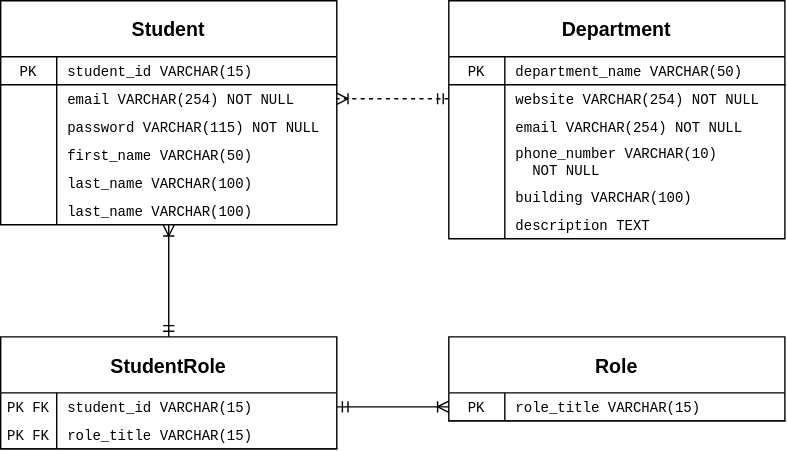
The draw.io diagram assignments/hw9/diagram1.svg in hanggrian/IIT-ITM515, before a commit. Source tidied: cells renumbered, new cells last; positions are measured from the earlier drawing's top-left corner, leaving out a move shared by most shapes. The source it was exported from:
```xml
<mxGraphModel>
  <root>
    <mxCell id="0" />
    <mxCell id="1" parent="0" />
    <mxCell id="2" value="Role" style="shape=table;startSize=40;rowLines=0;fontStyle=1;align=center;fontSize=14;swimlaneFillColor=none;fontFamily=Helvetica;" parent="1" vertex="1">
      <mxGeometry x="320" y="240" width="240" height="60" as="geometry" />
    </mxCell>
    <mxCell id="3" style="shape=partialRectangle;fillColor=none;points=[[0,0.5],[1,0.5]];portConstraint=eastwest;top=0;left=0;right=0;bottom=1;fontSize=10;fontFamily=Courier New;" parent="2" vertex="1">
      <mxGeometry y="40" width="240" height="20" as="geometry" />
    </mxCell>
    <mxCell id="4" value="PK" style="shape=partialRectangle;overflow=hidden;fillColor=none;top=0;left=0;bottom=0;right=0;fontStyle=0;fontSize=10;fontFamily=Courier New;" parent="3" vertex="1">
      <mxGeometry width="40" height="20" as="geometry" />
    </mxCell>
    <mxCell id="5" value="role_title VARCHAR(15)" style="shape=partialRectangle;overflow=hidden;fillColor=none;top=0;left=0;bottom=0;right=0;align=left;spacingLeft=6;fontStyle=0;fontSize=10;fontFamily=Courier New;" parent="3" vertex="1">
      <mxGeometry x="40" width="200" height="20" as="geometry" />
    </mxCell>
    <mxCell id="6" value="Student" style="shape=table;startSize=40;rowLines=0;fontStyle=1;align=center;fontSize=14;swimlaneFillColor=none;fontFamily=Helvetica;" parent="1" vertex="1">
      <mxGeometry width="240" height="160" as="geometry" />
    </mxCell>
    <mxCell id="7" style="shape=partialRectangle;fillColor=none;top=0;left=0;right=0;bottom=1;fontSize=10;fontFamily=Courier New;" parent="6" vertex="1">
      <mxGeometry y="40" width="240" height="20" as="geometry" />
    </mxCell>
    <mxCell id="8" value="PK" style="shape=partialRectangle;overflow=hidden;fillColor=none;top=0;left=0;bottom=0;right=0;fontStyle=0;fontSize=10;fontFamily=Courier New;" parent="7" vertex="1">
      <mxGeometry width="40" height="20" as="geometry" />
    </mxCell>
    <mxCell id="9" value="student_id VARCHAR(15)" style="shape=partialRectangle;overflow=hidden;fillColor=none;top=0;left=0;bottom=0;right=0;align=left;spacingLeft=6;fontStyle=0;fontSize=10;fontFamily=Courier New;" parent="7" vertex="1">
      <mxGeometry x="40" width="200" height="20" as="geometry" />
    </mxCell>
    <mxCell id="10" style="shape=partialRectangle;fillColor=none;points=[[0,0.5],[1,0.5]];portConstraint=eastwest;top=0;left=0;right=0;bottom=0;fontSize=10;fontFamily=Courier New;" parent="6" vertex="1">
      <mxGeometry y="60" width="240" height="20" as="geometry" />
    </mxCell>
    <mxCell id="11" style="shape=partialRectangle;overflow=hidden;fillColor=none;top=0;left=0;bottom=0;right=0;fontSize=10;fontFamily=Courier New;" parent="10" vertex="1">
      <mxGeometry width="40" height="20" as="geometry" />
    </mxCell>
    <mxCell id="12" value="email VARCHAR(254) NOT NULL" style="shape=partialRectangle;overflow=hidden;fillColor=none;top=0;left=0;bottom=0;right=0;align=left;spacingLeft=6;fontSize=10;fontStyle=0;fontFamily=Courier New;" parent="10" vertex="1">
      <mxGeometry x="40" width="200" height="20" as="geometry" />
    </mxCell>
    <mxCell id="13" style="shape=tableRow;horizontal=0;startSize=0;swimlaneHead=0;swimlaneBody=0;fillColor=none;top=0;left=0;right=0;bottom=0;" parent="6" vertex="1">
      <mxGeometry y="80" width="240" height="20" as="geometry" />
    </mxCell>
    <mxCell id="14" style="shape=partialRectangle;fillColor=none;top=0;left=0;bottom=0;right=0;overflow=hidden;" parent="13" vertex="1">
      <mxGeometry width="40" height="20" as="geometry" />
    </mxCell>
    <mxCell id="15" value="password VARCHAR(115) NOT NULL" style="shape=partialRectangle;fillColor=none;top=0;left=0;bottom=0;right=0;align=left;spacingLeft=6;overflow=hidden;fontSize=10;fontFamily=Courier New;" parent="13" vertex="1">
      <mxGeometry x="40" width="200" height="20" as="geometry" />
    </mxCell>
    <mxCell id="16" style="shape=tableRow;horizontal=0;startSize=0;swimlaneHead=0;swimlaneBody=0;fillColor=none;top=0;left=0;right=0;bottom=0;" parent="6" vertex="1">
      <mxGeometry y="100" width="240" height="20" as="geometry" />
    </mxCell>
    <mxCell id="17" style="shape=partialRectangle;fillColor=none;top=0;left=0;bottom=0;right=0;overflow=hidden;" parent="16" vertex="1">
      <mxGeometry width="40" height="20" as="geometry" />
    </mxCell>
    <mxCell id="18" value="first_name VARCHAR(50)" style="shape=partialRectangle;fillColor=none;top=0;left=0;bottom=0;right=0;align=left;spacingLeft=6;overflow=hidden;fontSize=10;fontFamily=Courier New;" parent="16" vertex="1">
      <mxGeometry x="40" width="200" height="20" as="geometry" />
    </mxCell>
    <mxCell id="19" style="shape=tableRow;horizontal=0;startSize=0;swimlaneHead=0;swimlaneBody=0;fillColor=none;top=0;left=0;right=0;bottom=0;" parent="6" vertex="1">
      <mxGeometry y="120" width="240" height="20" as="geometry" />
    </mxCell>
    <mxCell id="20" style="shape=partialRectangle;fillColor=none;top=0;left=0;bottom=0;right=0;overflow=hidden;" parent="19" vertex="1">
      <mxGeometry width="40" height="20" as="geometry" />
    </mxCell>
    <mxCell id="21" value="last_name VARCHAR(100)" style="shape=partialRectangle;fillColor=none;top=0;left=0;bottom=0;right=0;align=left;spacingLeft=6;overflow=hidden;fontSize=10;fontFamily=Courier New;" parent="19" vertex="1">
      <mxGeometry x="40" width="200" height="20" as="geometry" />
    </mxCell>
    <mxCell id="22" style="shape=tableRow;horizontal=0;startSize=0;swimlaneHead=0;swimlaneBody=0;fillColor=none;top=0;left=0;right=0;bottom=0;" parent="6" vertex="1">
      <mxGeometry y="140" width="240" height="20" as="geometry" />
    </mxCell>
    <mxCell id="23" style="shape=partialRectangle;fillColor=none;top=0;left=0;bottom=0;right=0;overflow=hidden;" parent="22" vertex="1">
      <mxGeometry width="40" height="20" as="geometry" />
    </mxCell>
    <mxCell id="24" value="last_name VARCHAR(100)" style="shape=partialRectangle;fillColor=none;top=0;left=0;bottom=0;right=0;align=left;spacingLeft=6;overflow=hidden;fontSize=10;fontFamily=Courier New;" parent="22" vertex="1">
      <mxGeometry x="40" width="200" height="20" as="geometry" />
    </mxCell>
    <mxCell id="25" value="StudentRole" style="shape=table;startSize=40;rowLines=0;fontStyle=1;align=center;fontSize=14;swimlaneFillColor=none;fontFamily=Helvetica;" parent="1" vertex="1">
      <mxGeometry y="240" width="240" height="80" as="geometry" />
    </mxCell>
    <mxCell id="26" style="shape=tableRow;horizontal=0;startSize=0;swimlaneHead=0;swimlaneBody=0;fillColor=none;points=[[0,0.5],[1,0.5]];portConstraint=eastwest;top=0;left=0;right=0;bottom=0;" parent="25" vertex="1">
      <mxGeometry y="40" width="240" height="20" as="geometry" />
    </mxCell>
    <mxCell id="27" value="PK FK" style="shape=partialRectangle;fillColor=none;top=0;left=0;bottom=0;right=0;overflow=hidden;fontSize=10;fontFamily=Courier New;" parent="26" vertex="1">
      <mxGeometry width="40" height="20" as="geometry" />
    </mxCell>
    <mxCell id="28" value="student_id VARCHAR(15)" style="shape=partialRectangle;fillColor=none;top=0;left=0;bottom=0;right=0;align=left;spacingLeft=6;overflow=hidden;fontSize=10;fontFamily=Courier New;" parent="26" vertex="1">
      <mxGeometry x="40" width="200" height="20" as="geometry" />
    </mxCell>
    <mxCell id="29" style="shape=partialRectangle;fillColor=none;top=0;left=0;right=0;bottom=1;fontSize=10;fontFamily=Courier New;" parent="25" vertex="1">
      <mxGeometry y="60" width="240" height="20" as="geometry" />
    </mxCell>
    <mxCell id="30" value="PK FK" style="shape=partialRectangle;overflow=hidden;fillColor=none;top=0;left=0;bottom=0;right=0;fontStyle=0;fontSize=10;fontFamily=Courier New;" parent="29" vertex="1">
      <mxGeometry width="40" height="20" as="geometry" />
    </mxCell>
    <mxCell id="31" value="role_title VARCHAR(15)" style="shape=partialRectangle;overflow=hidden;fillColor=none;top=0;left=0;bottom=0;right=0;align=left;spacingLeft=6;fontStyle=0;fontSize=10;fontFamily=Courier New;" parent="29" vertex="1">
      <mxGeometry x="40" width="200" height="20" as="geometry" />
    </mxCell>
    <mxCell id="32" style="edgeStyle=orthogonalEdgeStyle;fontSize=12;html=1;endArrow=ERoneToMany;startArrow=ERmandOne;rounded=0;exitX=0.5;exitY=0;exitDx=0;exitDy=0;" parent="1" edge="1" source="25">
      <mxGeometry relative="1" as="geometry">
        <mxPoint x="120" y="160" as="targetPoint" />
      </mxGeometry>
    </mxCell>
    <mxCell id="33" style="edgeStyle=orthogonalEdgeStyle;fontSize=12;html=1;endArrow=ERoneToMany;startArrow=ERmandOne;rounded=0;exitX=1;exitY=0.5;exitDx=0;exitDy=0;entryX=0;entryY=0.5;entryDx=0;entryDy=0;" parent="1" edge="1" source="26" target="3">
      <mxGeometry relative="1" as="geometry">
        <Array as="points">
          <mxPoint x="270" y="290" />
          <mxPoint x="270" y="290" />
        </Array>
      </mxGeometry>
    </mxCell>
    <mxCell id="34" value="Department" style="shape=table;startSize=40;rowLines=0;fontStyle=1;align=center;fontSize=14;swimlaneFillColor=none;fontFamily=Helvetica;" parent="1" vertex="1">
      <mxGeometry x="320" width="240" height="170" as="geometry" />
    </mxCell>
    <mxCell id="35" style="shape=partialRectangle;fillColor=none;top=0;left=0;right=0;bottom=1;fontSize=10;fontFamily=Courier New;" parent="34" vertex="1">
      <mxGeometry y="40" width="240" height="20" as="geometry" />
    </mxCell>
    <mxCell id="36" value="PK" style="shape=partialRectangle;overflow=hidden;fillColor=none;top=0;left=0;bottom=0;right=0;fontStyle=0;fontSize=10;fontFamily=Courier New;" parent="35" vertex="1">
      <mxGeometry width="40" height="20" as="geometry" />
    </mxCell>
    <mxCell id="37" value="department_name VARCHAR(50)" style="shape=partialRectangle;overflow=hidden;fillColor=none;top=0;left=0;bottom=0;right=0;align=left;spacingLeft=6;fontStyle=0;fontSize=10;fontFamily=Courier New;" parent="35" vertex="1">
      <mxGeometry x="40" width="200" height="20" as="geometry" />
    </mxCell>
    <mxCell id="38" style="shape=partialRectangle;fillColor=none;points=[[0,0.5],[1,0.5]];portConstraint=eastwest;top=0;left=0;right=0;bottom=0;fontSize=10;fontFamily=Courier New;" parent="34" vertex="1">
      <mxGeometry y="60" width="240" height="20" as="geometry" />
    </mxCell>
    <mxCell id="39" style="shape=partialRectangle;overflow=hidden;fillColor=none;top=0;left=0;bottom=0;right=0;fontSize=10;fontFamily=Courier New;" parent="38" vertex="1">
      <mxGeometry width="40" height="20" as="geometry" />
    </mxCell>
    <mxCell id="40" value="website VARCHAR(254) NOT NULL" style="shape=partialRectangle;overflow=hidden;fillColor=none;top=0;left=0;bottom=0;right=0;align=left;spacingLeft=6;fontSize=10;fontStyle=0;fontFamily=Courier New;" parent="38" vertex="1">
      <mxGeometry x="40" width="200" height="20" as="geometry" />
    </mxCell>
    <mxCell id="41" style="shape=tableRow;horizontal=0;startSize=0;swimlaneHead=0;swimlaneBody=0;fillColor=none;top=0;left=0;right=0;bottom=0;" parent="34" vertex="1">
      <mxGeometry y="80" width="240" height="20" as="geometry" />
    </mxCell>
    <mxCell id="42" style="shape=partialRectangle;fillColor=none;top=0;left=0;bottom=0;right=0;overflow=hidden;" parent="41" vertex="1">
      <mxGeometry width="40" height="20" as="geometry" />
    </mxCell>
    <mxCell id="43" value="email VARCHAR(254) NOT NULL" style="shape=partialRectangle;fillColor=none;top=0;left=0;bottom=0;right=0;align=left;spacingLeft=6;overflow=hidden;fontSize=10;fontFamily=Courier New;" parent="41" vertex="1">
      <mxGeometry x="40" width="200" height="20" as="geometry" />
    </mxCell>
    <mxCell id="44" style="shape=tableRow;horizontal=0;startSize=0;swimlaneHead=0;swimlaneBody=0;fillColor=none;top=0;left=0;right=0;bottom=0;" parent="34" vertex="1">
      <mxGeometry y="100" width="240" height="30" as="geometry" />
    </mxCell>
    <mxCell id="45" style="shape=partialRectangle;fillColor=none;top=0;left=0;bottom=0;right=0;overflow=hidden;" parent="44" vertex="1">
      <mxGeometry width="40" height="30" as="geometry" />
    </mxCell>
    <mxCell id="46" value="phone_number VARCHAR(10)&#10;  NOT NULL" style="shape=partialRectangle;fillColor=none;top=0;left=0;bottom=0;right=0;align=left;spacingLeft=6;overflow=hidden;fontSize=10;fontFamily=Courier New;" parent="44" vertex="1">
      <mxGeometry x="40" width="200" height="30" as="geometry" />
    </mxCell>
    <mxCell id="47" style="shape=tableRow;horizontal=0;startSize=0;swimlaneHead=0;swimlaneBody=0;fillColor=none;top=0;left=0;right=0;bottom=0;" parent="34" vertex="1">
      <mxGeometry y="130" width="240" height="20" as="geometry" />
    </mxCell>
    <mxCell id="48" style="shape=partialRectangle;fillColor=none;top=0;left=0;bottom=0;right=0;overflow=hidden;" parent="47" vertex="1">
      <mxGeometry width="40" height="20" as="geometry" />
    </mxCell>
    <mxCell id="49" value="building VARCHAR(100)" style="shape=partialRectangle;fillColor=none;top=0;left=0;bottom=0;right=0;align=left;spacingLeft=6;overflow=hidden;fontSize=10;fontFamily=Courier New;" parent="47" vertex="1">
      <mxGeometry x="40" width="200" height="20" as="geometry" />
    </mxCell>
    <mxCell id="50" style="shape=tableRow;horizontal=0;startSize=0;swimlaneHead=0;swimlaneBody=0;fillColor=none;top=0;left=0;right=0;bottom=0;" parent="34" vertex="1">
      <mxGeometry y="150" width="240" height="20" as="geometry" />
    </mxCell>
    <mxCell id="51" style="shape=partialRectangle;fillColor=none;top=0;left=0;bottom=0;right=0;overflow=hidden;" parent="50" vertex="1">
      <mxGeometry width="40" height="20" as="geometry" />
    </mxCell>
    <mxCell id="52" value="description TEXT" style="shape=partialRectangle;fillColor=none;top=0;left=0;bottom=0;right=0;align=left;spacingLeft=6;overflow=hidden;fontSize=10;fontFamily=Courier New;" parent="50" vertex="1">
      <mxGeometry x="40" width="200" height="20" as="geometry" />
    </mxCell>
    <mxCell id="53" style="edgeStyle=orthogonalEdgeStyle;fontSize=12;html=1;endArrow=ERoneToMany;startArrow=ERmandOne;rounded=0;exitX=0;exitY=0.5;exitDx=0;exitDy=0;entryX=1;entryY=0.5;entryDx=0;entryDy=0;dashed=1;" parent="1" edge="1" source="38" target="10">
      <mxGeometry relative="1" as="geometry" />
    </mxCell>
  </root>
</mxGraphModel>
```
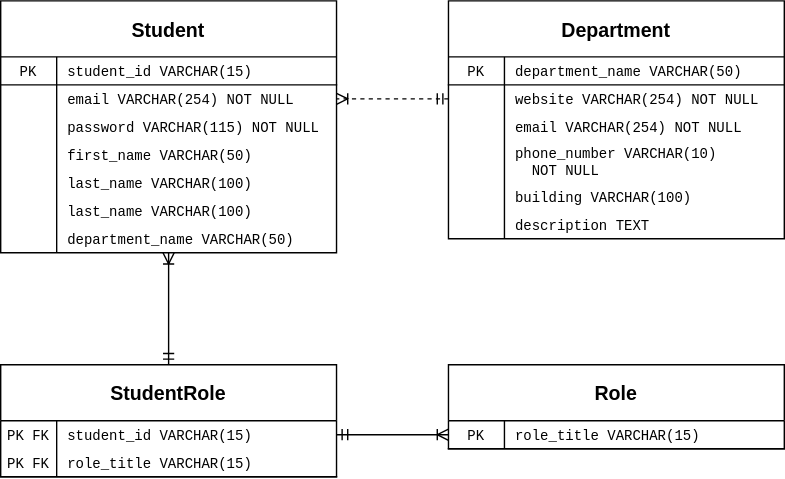
After the change.

Diff of the diagram source:
```diff
@@ -3,7 +3,7 @@
     <mxCell id="0" />
     <mxCell id="1" parent="0" />
     <mxCell id="2" value="Role" style="shape=table;startSize=40;rowLines=0;fontStyle=1;align=center;fontSize=14;swimlaneFillColor=none;fontFamily=Helvetica;" parent="1" vertex="1">
-      <mxGeometry x="320" y="240" width="240" height="60" as="geometry" />
+      <mxGeometry x="320" y="260" width="240" height="60" as="geometry" />
     </mxCell>
     <mxCell id="3" style="shape=partialRectangle;fillColor=none;points=[[0,0.5],[1,0.5]];portConstraint=eastwest;top=0;left=0;right=0;bottom=1;fontSize=10;fontFamily=Courier New;" parent="2" vertex="1">
       <mxGeometry y="40" width="240" height="20" as="geometry" />
@@ -15,7 +15,7 @@
       <mxGeometry x="40" width="200" height="20" as="geometry" />
     </mxCell>
     <mxCell id="6" value="Student" style="shape=table;startSize=40;rowLines=0;fontStyle=1;align=center;fontSize=14;swimlaneFillColor=none;fontFamily=Helvetica;" parent="1" vertex="1">
-      <mxGeometry width="240" height="160" as="geometry" />
+      <mxGeometry width="240" height="180" as="geometry" />
     </mxCell>
     <mxCell id="7" style="shape=partialRectangle;fillColor=none;top=0;left=0;right=0;bottom=1;fontSize=10;fontFamily=Courier New;" parent="6" vertex="1">
       <mxGeometry y="40" width="240" height="20" as="geometry" />
@@ -62,17 +62,26 @@
     <mxCell id="21" value="last_name VARCHAR(100)" style="shape=partialRectangle;fillColor=none;top=0;left=0;bottom=0;right=0;align=left;spacingLeft=6;overflow=hidden;fontSize=10;fontFamily=Courier New;" parent="19" vertex="1">
       <mxGeometry x="40" width="200" height="20" as="geometry" />
     </mxCell>
+    <mxCell id="54" style="shape=tableRow;horizontal=0;startSize=0;swimlaneHead=0;swimlaneBody=0;fillColor=none;top=0;left=0;right=0;bottom=0;fontSize=10;fontFamily=Courier New;" parent="6" vertex="1">
+      <mxGeometry y="140" width="240" height="20" as="geometry" />
+    </mxCell>
+    <mxCell id="55" style="shape=partialRectangle;fillColor=none;top=0;left=0;bottom=0;right=0;overflow=hidden;" parent="54" vertex="1">
+      <mxGeometry width="40" height="20" as="geometry" />
+    </mxCell>
+    <mxCell id="56" value="last_name VARCHAR(100)" style="shape=partialRectangle;fillColor=none;top=0;left=0;bottom=0;right=0;align=left;spacingLeft=6;overflow=hidden;fontFamily=Courier New;fontSize=10;" parent="54" vertex="1">
+      <mxGeometry x="40" width="200" height="20" as="geometry" />
+    </mxCell>
     <mxCell id="22" style="shape=tableRow;horizontal=0;startSize=0;swimlaneHead=0;swimlaneBody=0;fillColor=none;top=0;left=0;right=0;bottom=0;" parent="6" vertex="1">
-      <mxGeometry y="140" width="240" height="20" as="geometry" />
+      <mxGeometry y="160" width="240" height="20" as="geometry" />
     </mxCell>
     <mxCell id="23" style="shape=partialRectangle;fillColor=none;top=0;left=0;bottom=0;right=0;overflow=hidden;" parent="22" vertex="1">
       <mxGeometry width="40" height="20" as="geometry" />
     </mxCell>
-    <mxCell id="24" value="last_name VARCHAR(100)" style="shape=partialRectangle;fillColor=none;top=0;left=0;bottom=0;right=0;align=left;spacingLeft=6;overflow=hidden;fontSize=10;fontFamily=Courier New;" parent="22" vertex="1">
+    <mxCell id="24" value="department_name VARCHAR(50)" style="shape=partialRectangle;fillColor=none;top=0;left=0;bottom=0;right=0;align=left;spacingLeft=6;overflow=hidden;fontSize=10;fontFamily=Courier New;" parent="22" vertex="1">
       <mxGeometry x="40" width="200" height="20" as="geometry" />
     </mxCell>
     <mxCell id="25" value="StudentRole" style="shape=table;startSize=40;rowLines=0;fontStyle=1;align=center;fontSize=14;swimlaneFillColor=none;fontFamily=Helvetica;" parent="1" vertex="1">
-      <mxGeometry y="240" width="240" height="80" as="geometry" />
+      <mxGeometry y="260" width="240" height="80" as="geometry" />
     </mxCell>
     <mxCell id="26" style="shape=tableRow;horizontal=0;startSize=0;swimlaneHead=0;swimlaneBody=0;fillColor=none;points=[[0,0.5],[1,0.5]];portConstraint=eastwest;top=0;left=0;right=0;bottom=0;" parent="25" vertex="1">
       <mxGeometry y="40" width="240" height="20" as="geometry" />
@@ -94,14 +103,14 @@
     </mxCell>
     <mxCell id="32" style="edgeStyle=orthogonalEdgeStyle;fontSize=12;html=1;endArrow=ERoneToMany;startArrow=ERmandOne;rounded=0;exitX=0.5;exitY=0;exitDx=0;exitDy=0;" parent="1" edge="1" source="25">
       <mxGeometry relative="1" as="geometry">
-        <mxPoint x="120" y="160" as="targetPoint" />
+        <mxPoint x="120" y="180" as="targetPoint" />
       </mxGeometry>
     </mxCell>
     <mxCell id="33" style="edgeStyle=orthogonalEdgeStyle;fontSize=12;html=1;endArrow=ERoneToMany;startArrow=ERmandOne;rounded=0;exitX=1;exitY=0.5;exitDx=0;exitDy=0;entryX=0;entryY=0.5;entryDx=0;entryDy=0;" parent="1" edge="1" source="26" target="3">
       <mxGeometry relative="1" as="geometry">
         <Array as="points">
-          <mxPoint x="270" y="290" />
-          <mxPoint x="270" y="290" />
+          <mxPoint x="260" y="310" />
+          <mxPoint x="260" y="310" />
         </Array>
       </mxGeometry>
     </mxCell>
```
